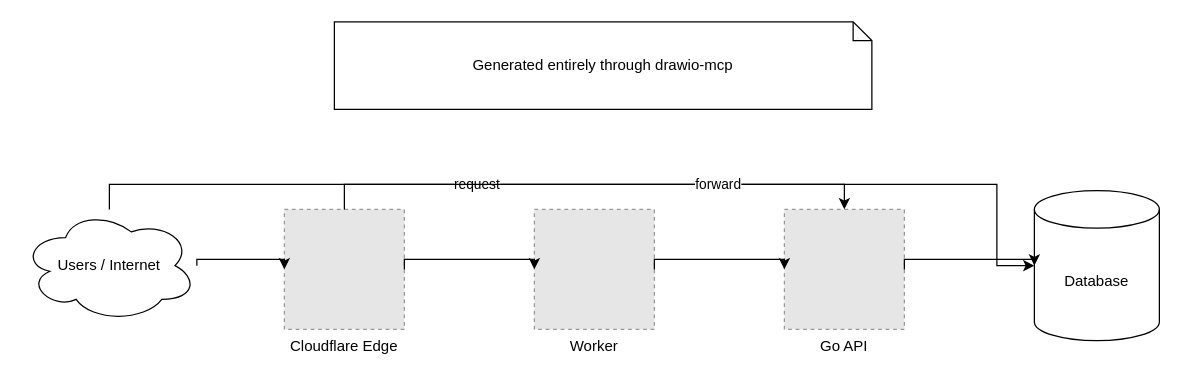
The draw.io diagram examples/generated-architecture.drawio in snowmerak/drawio-mcp, before the edit. Source tidied: cells renumbered, new cells numbered last; positions are measured from the earlier drawing's top-left corner, leaving out a move shared by most shapes. Both pictures are drawn from the tidied source at 125%, with x=0, y=0 at pixel (21, 21). Pictures stored in the file or linked from it are replaced by grey dashed boxes.
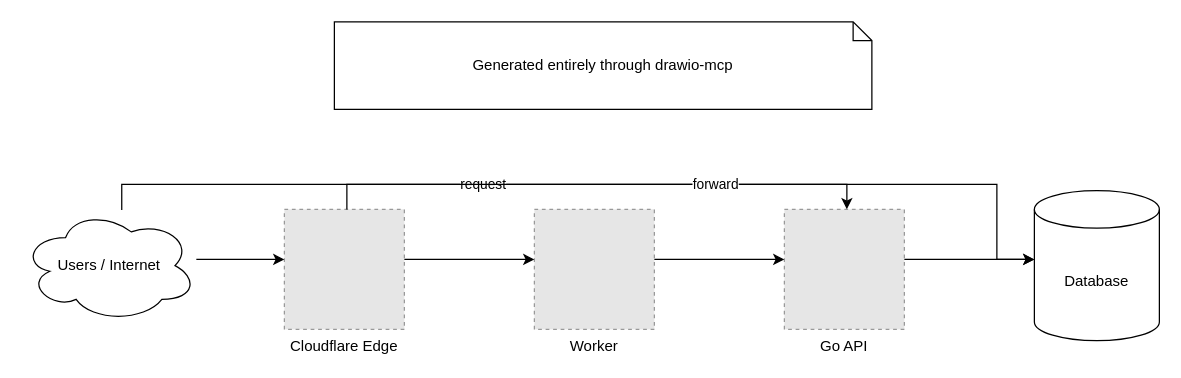
The same diagram, later.

Unchanged cells that the change refers to:
```xml
<mxCell id="3" value="Users / Internet" style="ellipse;shape=cloud;whiteSpace=wrap;html=1;" parent="1" vertex="1">
  <mxGeometry y="150" width="140" height="90" as="geometry" />
</mxCell>
<mxCell id="4" value="Cloudflare Edge" style="fillColor=#E6E6E6;strokeColor=#999999;dashed=1;verticalLabelPosition=bottom;verticalAlign=top;" parent="1" vertex="1">
  <mxGeometry x="210" y="150" width="96" height="96" as="geometry" />
</mxCell>
<mxCell id="5" value="Worker" style="fillColor=#E6E6E6;strokeColor=#999999;dashed=1;verticalLabelPosition=bottom;verticalAlign=top;" parent="1" vertex="1">
  <mxGeometry x="410" y="150" width="96" height="96" as="geometry" />
</mxCell>
<mxCell id="6" value="Go API" style="fillColor=#E6E6E6;strokeColor=#999999;dashed=1;verticalLabelPosition=bottom;verticalAlign=top;" parent="1" vertex="1">
  <mxGeometry x="610" y="150" width="96" height="96" as="geometry" />
</mxCell>
<mxCell id="7" value="Database" style="shape=cylinder3;whiteSpace=wrap;html=1;boundedLbl=1;backgroundOutline=1;size=15;" parent="1" vertex="1">
  <mxGeometry x="810" y="135" width="100" height="120" as="geometry" />
</mxCell>
```

What changed in the source:
```diff
@@
-    <mxCell id="8" style="edgeStyle=orthogonalEdgeStyle;rounded=0;jettySize=auto;html=1;exitX=1;exitY=0.5;exitDx=0;exitDy=0;entryX=0;entryY=0.5;entryDx=0;entryDy=0;" parent="1" edge="1" source="3" target="4">
+    <mxCell id="8" style="edgeStyle=orthogonalEdgeStyle;rounded=0;jettySize=auto;html=1;exitX=1;exitY=0.4444444444444444;exitDx=0;exitDy=0;entryX=0;entryY=0.4166666666666667;entryDx=0;entryDy=0;" parent="1" edge="1" source="3" target="4">
       <mxGeometry relative="1" as="geometry">
         <Array as="points">
           <mxPoint x="160" y="190" />
           <mxPoint x="180" y="190" />
         </Array>
       </mxGeometry>
     </mxCell>
-    <mxCell id="9" style="edgeStyle=orthogonalEdgeStyle;rounded=0;jettySize=auto;html=1;exitX=1;exitY=0.5;exitDx=0;exitDy=0;entryX=0;entryY=0.5;entryDx=0;entryDy=0;" parent="1" edge="1" source="4" target="5">
+    <mxCell id="9" style="edgeStyle=orthogonalEdgeStyle;rounded=0;jettySize=auto;html=1;exitX=1;exitY=0.4166666666666667;exitDx=0;exitDy=0;entryX=0;entryY=0.4166666666666667;entryDx=0;entryDy=0;" parent="1" edge="1" source="4" target="5">
       <mxGeometry relative="1" as="geometry">
         <Array as="points">
           <mxPoint x="340" y="190" />
           <mxPoint x="380" y="190" />
         </Array>
       </mxGeometry>
     </mxCell>
-    <mxCell id="10" style="edgeStyle=orthogonalEdgeStyle;rounded=0;jettySize=auto;html=1;exitX=1;exitY=0.5;exitDx=0;exitDy=0;entryX=0;entryY=0.5;entryDx=0;entryDy=0;" parent="1" edge="1" source="5" target="6">
+    <mxCell id="10" style="edgeStyle=orthogonalEdgeStyle;rounded=0;jettySize=auto;html=1;exitX=1;exitY=0.4166666666666667;exitDx=0;exitDy=0;entryX=0;entryY=0.4166666666666667;entryDx=0;entryDy=0;" parent="1" edge="1" source="5" target="6">
       <mxGeometry relative="1" as="geometry">
         <Array as="points">
           <mxPoint x="540" y="190" />
           <mxPoint x="580" y="190" />
         </Array>
       </mxGeometry>
     </mxCell>
-    <mxCell id="11" style="edgeStyle=orthogonalEdgeStyle;rounded=0;jettySize=auto;html=1;exitX=1;exitY=0.5;exitDx=0;exitDy=0;entryX=0;entryY=0.5;entryDx=0;entryDy=0;" parent="1" edge="1" source="6" target="7">
+    <mxCell id="11" style="edgeStyle=orthogonalEdgeStyle;rounded=0;jettySize=auto;html=1;exitX=1;exitY=0.4166666666666667;exitDx=0;exitDy=0;entryX=0;entryY=0.4583333333333333;entryDx=0;entryDy=0;" parent="1" edge="1" source="6" target="7">
       <mxGeometry relative="1" as="geometry">
         <Array as="points">
           <mxPoint x="740" y="190" />
           <mxPoint x="780" y="190" />
         </Array>
       </mxGeometry>
     </mxCell>
-    <mxCell id="12" value="request" style="edgeStyle=orthogonalEdgeStyle;rounded=0;jettySize=auto;html=1;exitX=0.5;exitY=0;exitDx=0;exitDy=0;entryX=0.5;entryY=0;entryDx=0;entryDy=0;" parent="1" edge="1" source="3" target="6">
+    <mxCell id="12" value="request" style="edgeStyle=orthogonalEdgeStyle;rounded=0;jettySize=auto;html=1;exitX=0.5714285714285714;exitY=0;exitDx=0;exitDy=0;entryX=0.5208333333333334;entryY=0;entryDx=0;entryDy=0;" parent="1" edge="1" source="3" target="6">
       <mxGeometry relative="1" as="geometry">
         <Array as="points">
           <mxPoint x="80" y="130" />
           <mxPoint x="660" y="130" />
         </Array>
       </mxGeometry>
     </mxCell>
-    <mxCell id="13" value="forward" style="edgeStyle=orthogonalEdgeStyle;rounded=0;jettySize=auto;html=1;exitX=0.5;exitY=0;exitDx=0;exitDy=0;entryX=0;entryY=0.5;entryDx=0;entryDy=0;" parent="1" edge="1" source="4" target="7">
+    <mxCell id="13" value="forward" style="edgeStyle=orthogonalEdgeStyle;rounded=0;jettySize=auto;html=1;exitX=0.5208333333333334;exitY=0;exitDx=0;exitDy=0;entryX=0;entryY=0.4583333333333333;entryDx=0;entryDy=0;" parent="1" edge="1" source="4" target="7">
       <mxGeometry relative="1" as="geometry">
         <Array as="points">
           <mxPoint x="260" y="130" />
           <mxPoint x="780" y="130" />
           <mxPoint x="780" y="190" />
         </Array>
       </mxGeometry>
     </mxCell>
```
